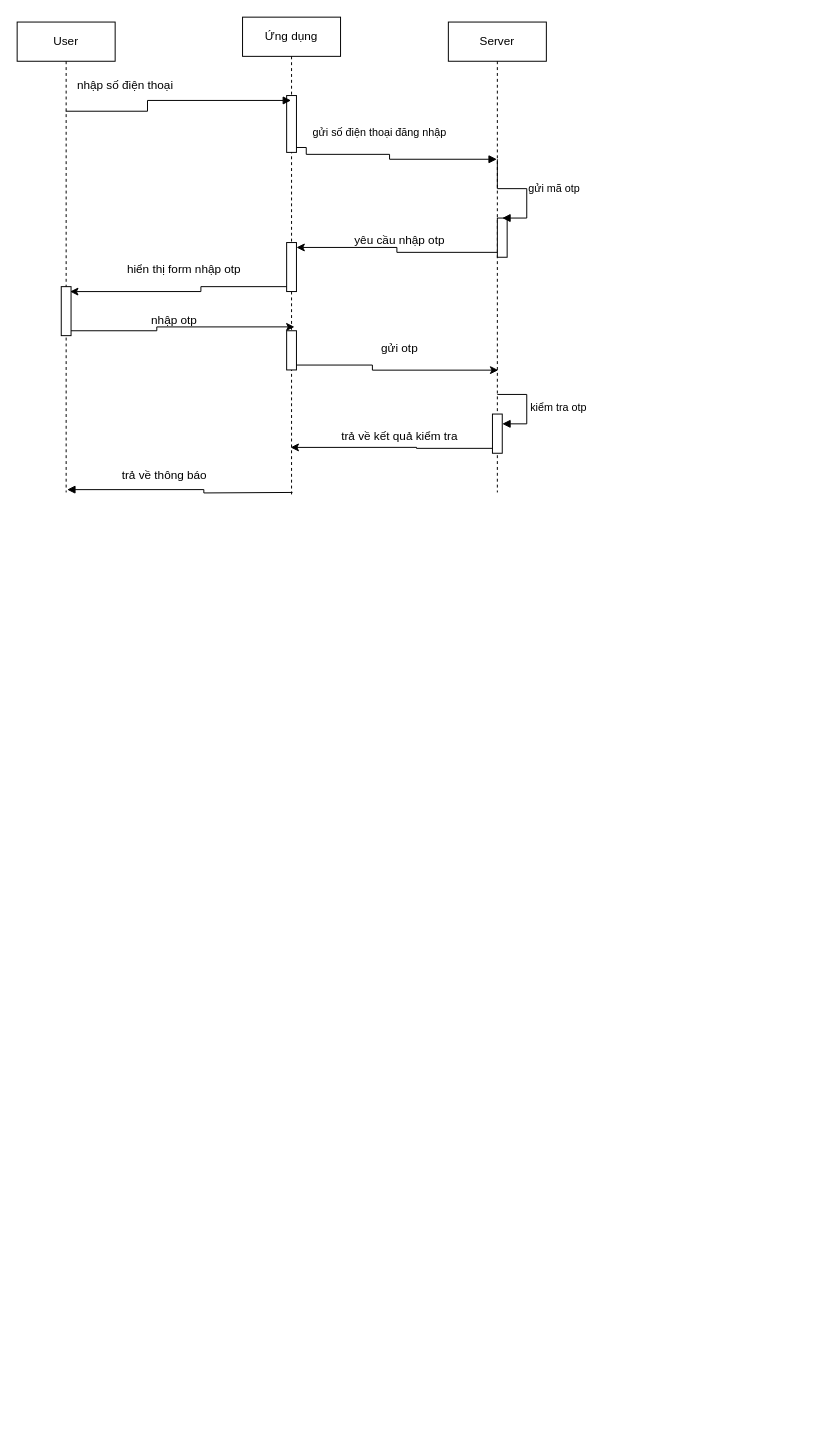
This is bieu do tuan tu smart-waller.drawio from leehoang21/uml, a draw.io file, before an edit. Source tidied: cells renumbered, new cells numbered last; positions are measured from the earlier drawing's top-left corner, leaving out a move shared by most shapes. Both pictures are drawn from the tidied source at 98%, with x=0, y=0 at pixel (17, 17).
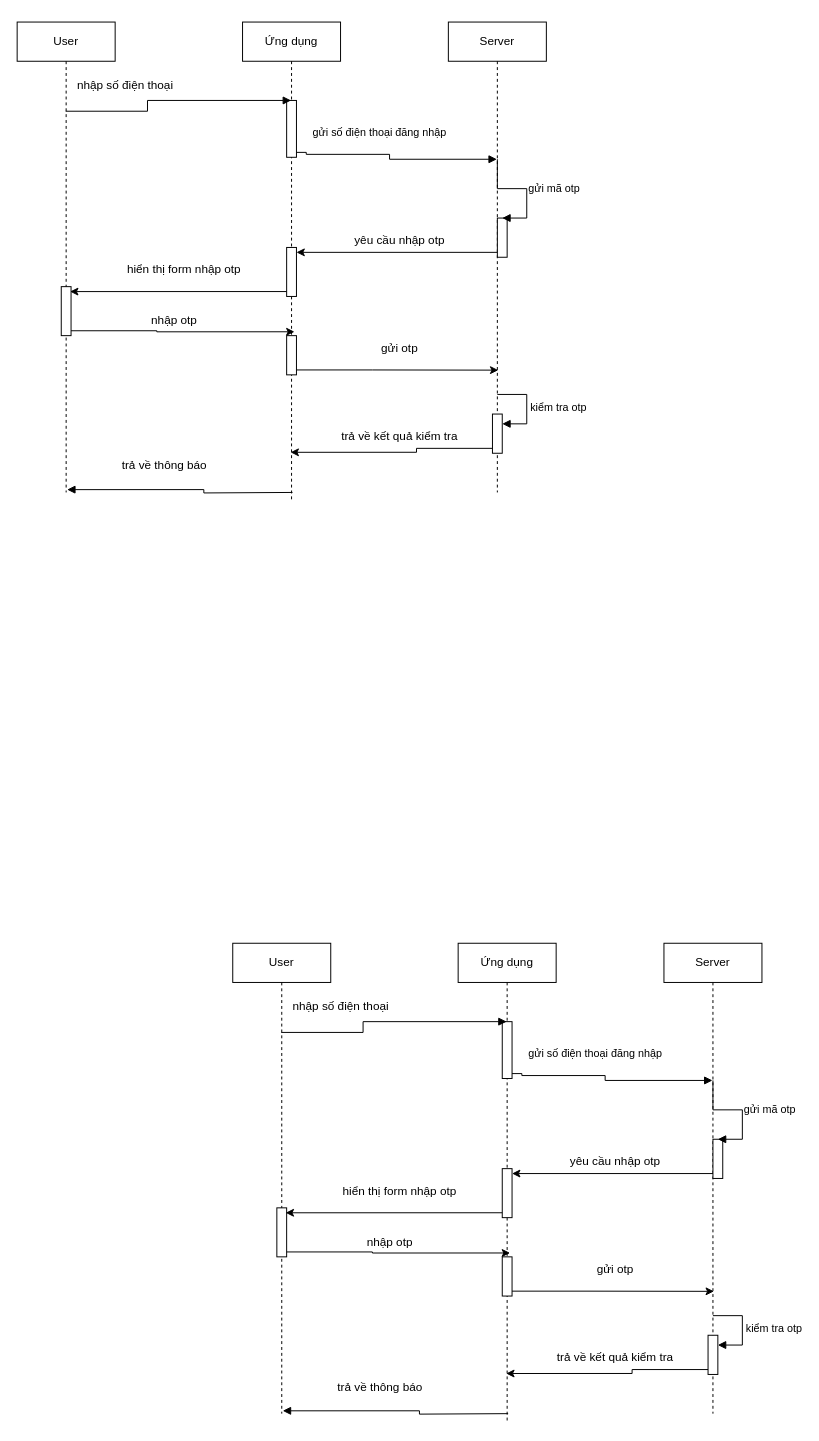
The same diagram, later.

What changed in the source:
```diff
@@
     <mxCell id="4" value="Ứng dụng" style="shape=umlLifeline;perimeter=lifelinePerimeter;whiteSpace=wrap;html=1;outlineConnect=0;portConstraint=eastwest;newEdgeStyle={&quot;curved&quot;:0,&quot;rounded&quot;:0};" parent="1" vertex="1">
-      <mxGeometry x="230" width="100" height="490" as="geometry" />
+      <mxGeometry x="230" y="5" width="100" height="490" as="geometry" />
     </mxCell>
@@
     <mxCell id="28" value="trả về thông báo" style="text;html=1;align=center;verticalAlign=middle;strokeColor=none;fillColor=none;" parent="1" vertex="1">
-      <mxGeometry x="95" y="453" width="110" height="30" as="geometry" />
+      <mxGeometry x="95" y="443" width="110" height="30" as="geometry" />
     </mxCell>
+    <mxCell id="29" value="User" style="shape=umlLifeline;perimeter=lifelinePerimeter;whiteSpace=wrap;html=1;outlineConnect=0;portConstraint=eastwest;newEdgeStyle={&quot;curved&quot;:0,&quot;rounded&quot;:0};" parent="1" vertex="1">
+      <mxGeometry x="220" y="945" width="100" height="480" as="geometry" />
+    </mxCell>
+    <mxCell id="30" style="html=1;points=[[0,0,0,0,5],[0,1,0,0,-5],[1,0,0,0,5],[1,1,0,0,-5]];perimeter=orthogonalPerimeter;outlineConnect=0;targetShapes=umlLifeline;portConstraint=eastwest;newEdgeStyle={&quot;curved&quot;:0,&quot;rounded&quot;:0};" parent="29" vertex="1">
+      <mxGeometry x="45" y="270" width="10" height="50" as="geometry" />
+    </mxCell>
+    <mxCell id="31" value="Ứng dụng" style="shape=umlLifeline;perimeter=lifelinePerimeter;whiteSpace=wrap;html=1;outlineConnect=0;portConstraint=eastwest;newEdgeStyle={&quot;curved&quot;:0,&quot;rounded&quot;:0};" parent="1" vertex="1">
+      <mxGeometry x="450" y="945" width="100" height="490" as="geometry" />
+    </mxCell>
+    <mxCell id="32" style="html=1;points=[[0,0,0,0,5],[0,1,0,0,-5],[1,0,0,0,5],[1,1,0,0,-5]];perimeter=orthogonalPerimeter;outlineConnect=0;targetShapes=umlLifeline;portConstraint=eastwest;newEdgeStyle={&quot;curved&quot;:0,&quot;rounded&quot;:0};" parent="31" vertex="1">
+      <mxGeometry x="45" y="80" width="10" height="58" as="geometry" />
+    </mxCell>
+    <mxCell id="33" style="html=1;points=[[0,0,0,0,5],[0,1,0,0,-5],[1,0,0,0,5],[1,1,0,0,-5]];perimeter=orthogonalPerimeter;outlineConnect=0;targetShapes=umlLifeline;portConstraint=eastwest;newEdgeStyle={&quot;curved&quot;:0,&quot;rounded&quot;:0};" parent="31" vertex="1">
+      <mxGeometry x="45" y="230" width="10" height="50" as="geometry" />
+    </mxCell>
+    <mxCell id="34" style="html=1;points=[[0,0,0,0,5],[0,1,0,0,-5],[1,0,0,0,5],[1,1,0,0,-5]];perimeter=orthogonalPerimeter;outlineConnect=0;targetShapes=umlLifeline;portConstraint=eastwest;newEdgeStyle={&quot;curved&quot;:0,&quot;rounded&quot;:0};" parent="31" vertex="1">
+      <mxGeometry x="45" y="320" width="10" height="40" as="geometry" />
+    </mxCell>
+    <mxCell id="35" value="Server" style="shape=umlLifeline;perimeter=lifelinePerimeter;whiteSpace=wrap;html=1;outlineConnect=0;portConstraint=eastwest;newEdgeStyle={&quot;curved&quot;:0,&quot;rounded&quot;:0};" parent="1" vertex="1">
+      <mxGeometry x="660" y="945" width="100" height="480" as="geometry" />
+    </mxCell>
+    <mxCell id="36" style="html=1;points=[[0,0,0,0,5],[0,1,0,0,-5],[1,0,0,0,5],[1,1,0,0,-5]];perimeter=orthogonalPerimeter;outlineConnect=0;targetShapes=umlLifeline;portConstraint=eastwest;newEdgeStyle={&quot;curved&quot;:0,&quot;rounded&quot;:0};" parent="35" vertex="1">
+      <mxGeometry x="50" y="200" width="10" height="40" as="geometry" />
+    </mxCell>
+    <mxCell id="37" style="html=1;points=[[0,0,0,0,5],[0,1,0,0,-5],[1,0,0,0,5],[1,1,0,0,-5]];perimeter=orthogonalPerimeter;outlineConnect=0;targetShapes=umlLifeline;portConstraint=eastwest;newEdgeStyle={&quot;curved&quot;:0,&quot;rounded&quot;:0};" parent="35" vertex="1">
+      <mxGeometry x="45" y="400" width="10" height="40" as="geometry" />
+    </mxCell>
+    <mxCell id="38" value="kiểm tra otp" style="html=1;align=left;spacingLeft=2;endArrow=block;rounded=0;edgeStyle=orthogonalEdgeStyle;curved=0;rounded=0;" parent="35" edge="1" target="37">
+      <mxGeometry relative="1" as="geometry">
+        <mxPoint x="50" y="380" as="sourcePoint" />
+        <Array as="points">
+          <mxPoint x="80" y="410" />
+        </Array>
+      </mxGeometry>
+    </mxCell>
+    <mxCell id="39" style="endArrow=block;endFill=1;html=1;edgeStyle=orthogonalEdgeStyle;align=left;verticalAlign=top;rounded=0;" parent="1" edge="1" source="29" target="31">
+      <mxGeometry x="-1" relative="1" as="geometry">
+        <Array as="points">
+          <mxPoint x="353" y="1036" />
+          <mxPoint x="353" y="1025" />
+        </Array>
+      </mxGeometry>
+    </mxCell>
+    <mxCell id="40" value="gửi số điện thoại đăng nhập" style="edgeLabel;html=1;align=left;verticalAlign=bottom;" parent="39" vertex="1">
+      <mxGeometry x="-1" relative="1" as="geometry">
+        <mxPoint x="250" y="30" as="offset" />
+      </mxGeometry>
+    </mxCell>
+    <mxCell id="41" value="nhập số điện thoại" style="text;html=1;align=center;verticalAlign=middle;strokeColor=none;fillColor=none;" parent="1" vertex="1">
+      <mxGeometry x="270" y="995" width="120" height="30" as="geometry" />
+    </mxCell>
+    <mxCell id="42" style="endArrow=block;endFill=1;html=1;edgeStyle=orthogonalEdgeStyle;align=left;verticalAlign=top;rounded=0;exitX=1;exitY=1;exitDx=0;exitDy=-5;exitPerimeter=0;" parent="1" edge="1" source="32" target="35">
+      <mxGeometry x="-1" relative="1" as="geometry">
+        <Array as="points">
+          <mxPoint x="515" y="1080" />
+          <mxPoint x="600" y="1080" />
+          <mxPoint x="600" y="1085" />
+        </Array>
+      </mxGeometry>
+    </mxCell>
+    <mxCell id="43" value="gửi mã otp" style="html=1;align=left;spacingLeft=2;endArrow=block;rounded=0;edgeStyle=orthogonalEdgeStyle;curved=0;rounded=0;" parent="1" edge="1">
+      <mxGeometry relative="1" as="geometry">
+        <mxPoint x="710" y="1085" as="sourcePoint" />
+        <mxPoint x="715" y="1145" as="targetPoint" />
+        <Array as="points">
+          <mxPoint x="740" y="1115" />
+        </Array>
+      </mxGeometry>
+    </mxCell>
+    <mxCell id="44" style="edgeStyle=orthogonalEdgeStyle;rounded=0;jettySize=auto;html=1;curved=0;exitX=0;exitY=1;exitDx=0;exitDy=-5;exitPerimeter=0;entryX=1;entryY=0;entryDx=0;entryDy=5;entryPerimeter=0;" parent="1" edge="1" source="36" target="33">
+      <mxGeometry relative="1" as="geometry" />
+    </mxCell>
+    <mxCell id="45" value="yêu cầu nhập otp" style="text;html=1;align=center;verticalAlign=middle;strokeColor=none;fillColor=none;" parent="1" vertex="1">
+      <mxGeometry x="550" y="1153" width="120" height="30" as="geometry" />
+    </mxCell>
+    <mxCell id="46" style="edgeStyle=orthogonalEdgeStyle;rounded=0;jettySize=auto;html=1;curved=0;exitX=0;exitY=1;exitDx=0;exitDy=-5;exitPerimeter=0;entryX=0.54;entryY=0.573;entryDx=0;entryDy=0;entryPerimeter=0;" parent="1" edge="1" source="33" target="29">
+      <mxGeometry relative="1" as="geometry" />
+    </mxCell>
+    <mxCell id="47" value="hiển thị form nhập otp" style="text;html=1;align=center;verticalAlign=middle;strokeColor=none;fillColor=none;" parent="1" vertex="1">
+      <mxGeometry x="320" y="1183" width="140" height="30" as="geometry" />
+    </mxCell>
+    <mxCell id="48" style="edgeStyle=orthogonalEdgeStyle;rounded=0;jettySize=auto;html=1;curved=0;exitX=1;exitY=1;exitDx=0;exitDy=-5;exitPerimeter=0;entryX=0.53;entryY=0.645;entryDx=0;entryDy=0;entryPerimeter=0;" parent="1" edge="1" source="30" target="31">
+      <mxGeometry relative="1" as="geometry" />
+    </mxCell>
+    <mxCell id="49" value="nhập otp" style="text;html=1;align=center;verticalAlign=middle;strokeColor=none;fillColor=none;" parent="1" vertex="1">
+      <mxGeometry x="345" y="1235" width="70" height="30" as="geometry" />
+    </mxCell>
+    <mxCell id="50" style="edgeStyle=orthogonalEdgeStyle;rounded=0;jettySize=auto;html=1;curved=0;exitX=1;exitY=1;exitDx=0;exitDy=-5;exitPerimeter=0;entryX=0.51;entryY=0.74;entryDx=0;entryDy=0;entryPerimeter=0;" parent="1" edge="1" source="34" target="35">
+      <mxGeometry relative="1" as="geometry" />
+    </mxCell>
+    <mxCell id="51" value="gửi otp" style="text;html=1;align=center;verticalAlign=middle;strokeColor=none;fillColor=none;" parent="1" vertex="1">
+      <mxGeometry x="580" y="1263" width="60" height="30" as="geometry" />
+    </mxCell>
+    <mxCell id="52" style="edgeStyle=orthogonalEdgeStyle;rounded=0;jettySize=auto;html=1;curved=0;exitX=0;exitY=1;exitDx=0;exitDy=-5;exitPerimeter=0;entryX=0.49;entryY=0.896;entryDx=0;entryDy=0;entryPerimeter=0;" parent="1" edge="1" source="37" target="31">
+      <mxGeometry relative="1" as="geometry" />
+    </mxCell>
+    <mxCell id="53" value="trả về kết quả kiểm tra" style="text;html=1;align=center;verticalAlign=middle;strokeColor=none;fillColor=none;" parent="1" vertex="1">
+      <mxGeometry x="540" y="1353" width="140" height="30" as="geometry" />
+    </mxCell>
+    <mxCell id="54" style="endArrow=block;endFill=1;html=1;edgeStyle=orthogonalEdgeStyle;align=left;verticalAlign=top;rounded=0;entryX=0.51;entryY=0.994;entryDx=0;entryDy=0;entryPerimeter=0;" parent="1" edge="1" target="29">
+      <mxGeometry x="-1" relative="1" as="geometry">
+        <mxPoint x="501" y="1425" as="sourcePoint" />
+      </mxGeometry>
+    </mxCell>
+    <mxCell id="55" value="trả về thông báo" style="text;html=1;align=center;verticalAlign=middle;strokeColor=none;fillColor=none;" parent="1" vertex="1">
+      <mxGeometry x="315" y="1383" width="110" height="30" as="geometry" />
+    </mxCell>
```
